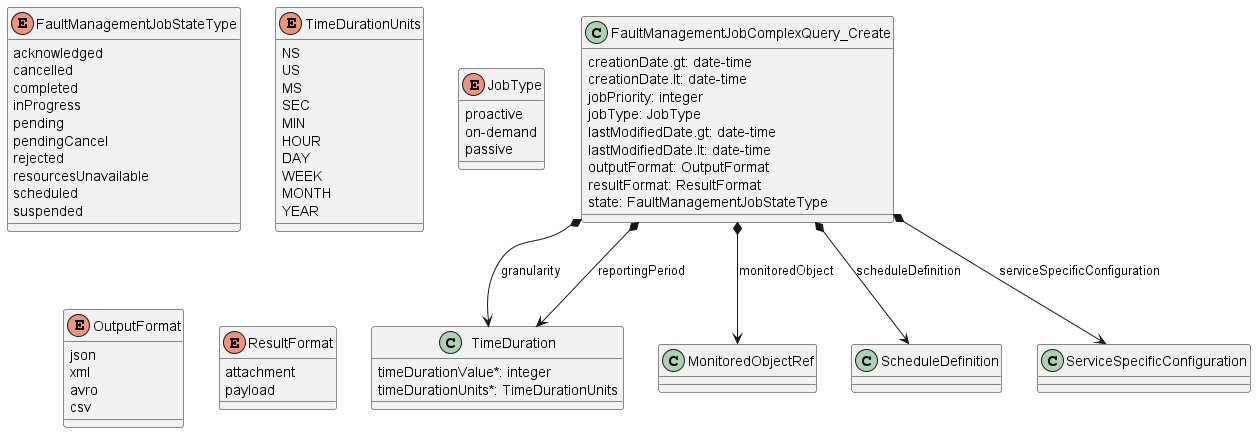
This is documentation/serviceApi/fm/media/faultManagementJobComplexQueryModel.png from MEF-GIT/MEF-LSO-Legato-SDK, a PlantUML export, as it was before one commit.
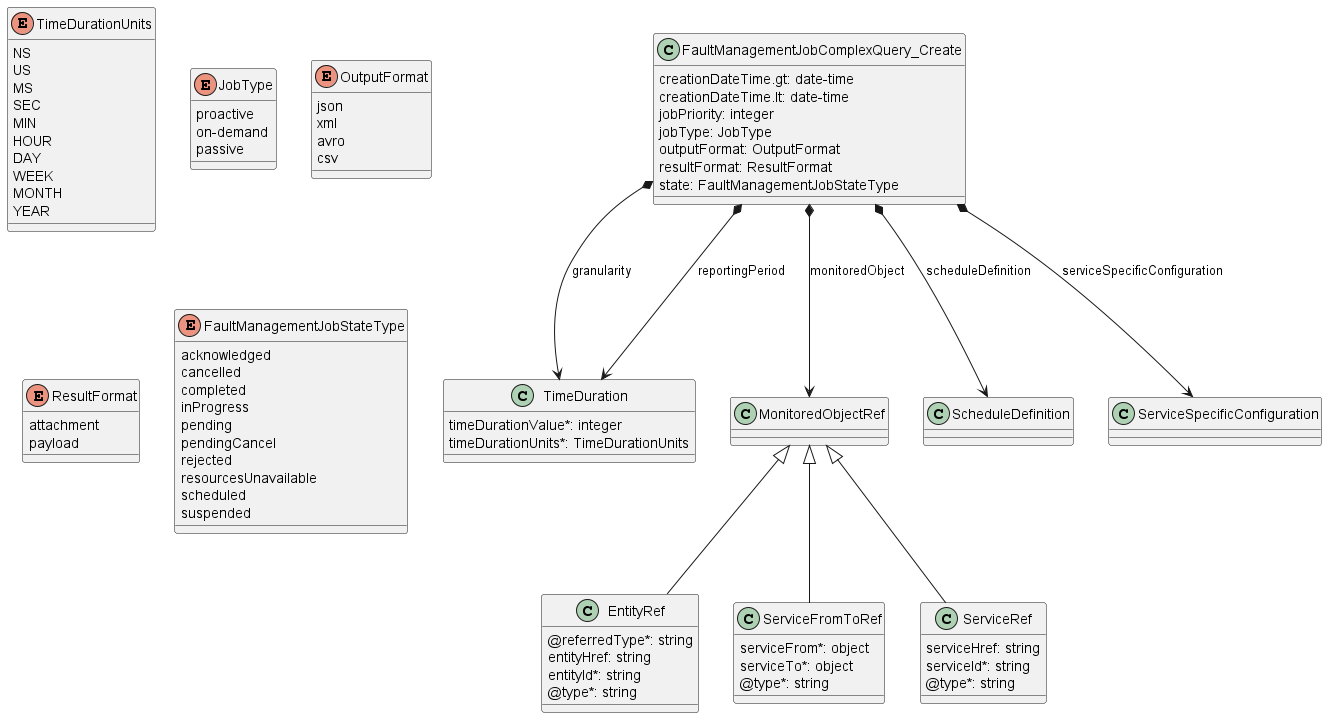
Above is the later version.

The edit, as a diff of the source:
```diff
@@ -1,13 +1,10 @@
 @startuml faultManagementJobComplexQueryModel
 
 class FaultManagementJobComplexQuery_Create {
-
-    creationDate.gt: date-time
-    creationDate.lt: date-time
+    creationDateTime.gt: date-time
+    creationDateTime.lt: date-time
     jobPriority: integer
     jobType: JobType
-    lastModifiedDate.gt: date-time
-    lastModifiedDate.lt: date-time
     outputFormat: OutputFormat
     resultFormat: ResultFormat
     state: FaultManagementJobStateType
@@ -19,30 +16,39 @@
 FaultManagementJobComplexQuery_Create *--> ScheduleDefinition : scheduleDefinition
 FaultManagementJobComplexQuery_Create *--> ServiceSpecificConfiguration : serviceSpecificConfiguration
 
-enum FaultManagementJobStateType {
+class MonitoredObjectRef {
 
-    acknowledged
-    cancelled
-    completed
-    inProgress
-    pending
-    pendingCancel
-    rejected
-    resourcesUnavailable
-    scheduled
-    suspended
 }
 
+class EntityRef {
+    @referredType*: string
+    entityHref: string
+    entityId*: string
+    @type*: string
+}
+
+class ServiceFromToRef {
+    serviceFrom*: object
+    serviceTo*: object
+    @type*: string
+}
+
+class ServiceRef {
+    serviceHref: string
+    serviceId*: string
+    @type*: string
+}
+
+MonitoredObjectRef <|-- EntityRef
+MonitoredObjectRef <|-- ServiceFromToRef
+MonitoredObjectRef <|-- ServiceRef
+
 class TimeDuration {
-
     timeDurationValue*: integer
     timeDurationUnits*: TimeDurationUnits
 }
 
-
-
 enum TimeDurationUnits {
-
     NS
     US
     MS
@@ -56,7 +62,6 @@
 }
 
 enum JobType {
-
     proactive
     on-demand
     passive
@@ -74,4 +79,17 @@
     payload
 }
 
+enum FaultManagementJobStateType {
+    acknowledged
+    cancelled
+    completed
+    inProgress
+    pending
+    pendingCancel
+    rejected
+    resourcesUnavailable
+    scheduled
+    suspended
+}
+
 @enduml
```
